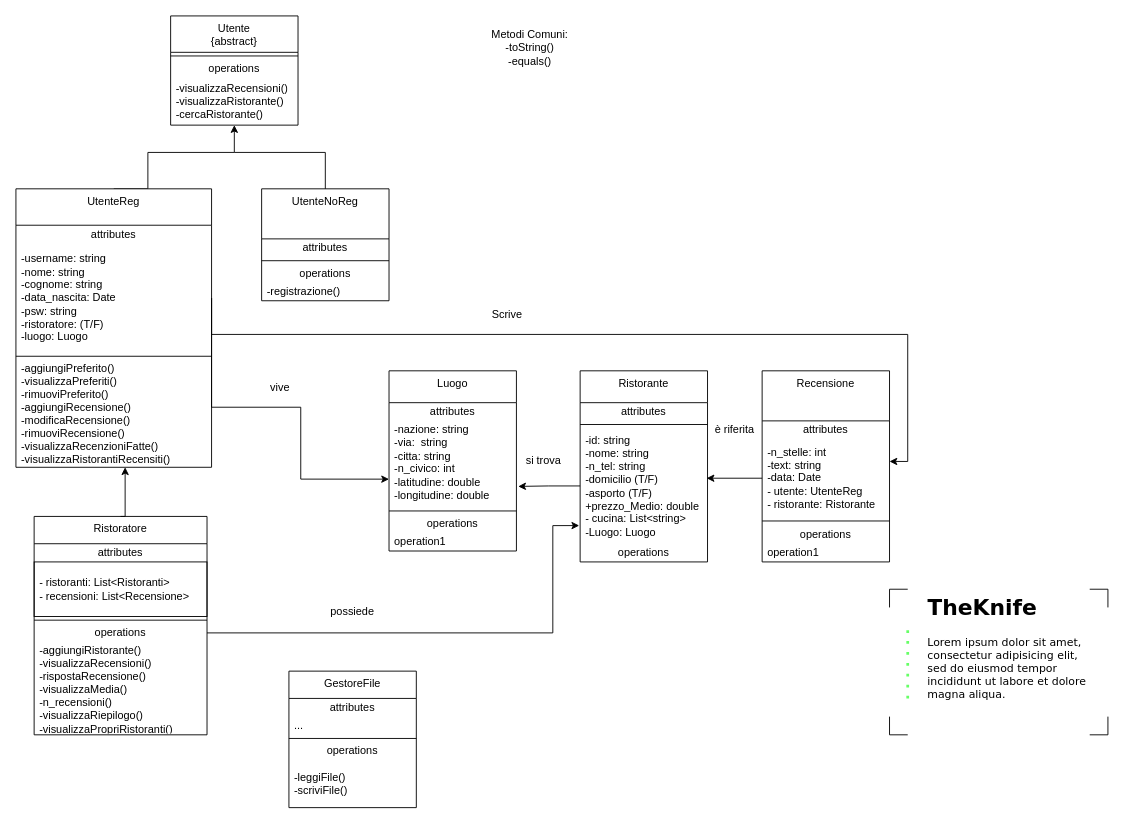
Earlier version of the draw.io diagram doc/UML.drawio (Tommaso-Ossuzio/TheKnife). Source tidied: cells renumbered, new cells numbered last; positions are measured from the earlier drawing's top-left corner, leaving out a move shared by most shapes. Both pictures are drawn from the tidied source at 91%, with x=0, y=0 at pixel (15, 15).
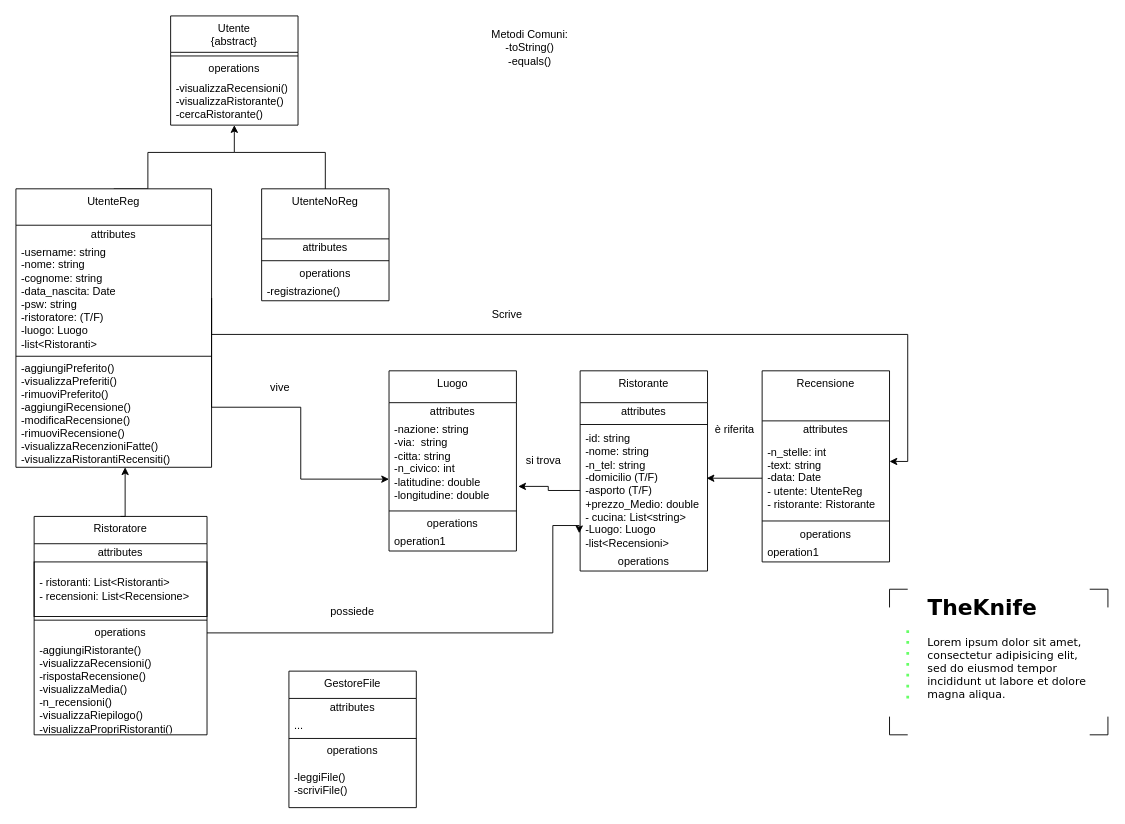
The same diagram, later.

Commit message (it also covers changes not shown here):
Creazione Luogo

The change refers to these unchanged cells:
```xml
<mxCell id="31" value="UtenteReg" style="swimlane;fontStyle=0;align=center;verticalAlign=top;horizontal=1;startSize=40;html=1;whiteSpace=wrap;" parent="1" vertex="1">
  <mxGeometry y="190" width="215" height="306" as="geometry" />
</mxCell>
```

What changed in the source:
```diff
@@
     <mxCell id="9" value="Ristorante" style="swimlane;fontStyle=0;align=center;verticalAlign=top;horizontal=1;startSize=35;html=1;whiteSpace=wrap;" parent="1" vertex="1">
-      <mxGeometry x="620" y="390" width="140" height="210" as="geometry" />
+      <mxGeometry x="620" y="390" width="140" height="220" as="geometry" />
     </mxCell>
@@
-    <mxCell id="12" value="-id: string&lt;div&gt;&lt;span style=&quot;background-color: transparent; color: light-dark(rgb(0, 0, 0), rgb(255, 255, 255));&quot;&gt;-nome: string&lt;/span&gt;&lt;div&gt;-n_tel: string&lt;/div&gt;&lt;div&gt;-domicilio (T/F)&lt;/div&gt;&lt;div&gt;&lt;span style=&quot;background-color: transparent; color: light-dark(rgb(0, 0, 0), rgb(255, 255, 255));&quot;&gt;-asporto&amp;nbsp;&lt;/span&gt;&lt;span style=&quot;background-color: transparent; color: light-dark(rgb(0, 0, 0), rgb(255, 255, 255));&quot;&gt;(T/F)&lt;/span&gt;&lt;/div&gt;&lt;div&gt;+prezzo_Medio: double&lt;/div&gt;&lt;/div&gt;&lt;div&gt;- cucina: List&amp;lt;string&amp;gt;&lt;/div&gt;&lt;div&gt;-Luogo: Luogo&lt;/div&gt;" style="text;html=1;strokeColor=none;fillColor=none;align=left;verticalAlign=middle;spacingLeft=4;spacingRight=4;overflow=hidden;points=[[0,0.5],[1,0.5]];portConstraint=eastwest;whiteSpace=wrap;" parent="9" vertex="1">
-      <mxGeometry y="63" width="140" height="127" as="geometry" />
+    <mxCell id="12" value="-id: string&lt;div&gt;&lt;span style=&quot;background-color: transparent; color: light-dark(rgb(0, 0, 0), rgb(255, 255, 255));&quot;&gt;-nome: string&lt;/span&gt;&lt;div&gt;-n_tel: string&lt;/div&gt;&lt;div&gt;-domicilio (T/F)&lt;/div&gt;&lt;div&gt;&lt;span style=&quot;background-color: transparent; color: light-dark(rgb(0, 0, 0), rgb(255, 255, 255));&quot;&gt;-asporto&amp;nbsp;&lt;/span&gt;&lt;span style=&quot;background-color: transparent; color: light-dark(rgb(0, 0, 0), rgb(255, 255, 255));&quot;&gt;(T/F)&lt;/span&gt;&lt;/div&gt;&lt;div&gt;+prezzo_Medio: double&lt;/div&gt;&lt;/div&gt;&lt;div&gt;- cucina: List&amp;lt;string&amp;gt;&lt;/div&gt;&lt;div&gt;-Luogo: Luogo&lt;/div&gt;&lt;div&gt;-list&amp;lt;Recensioni&amp;gt;&lt;/div&gt;" style="text;html=1;strokeColor=none;fillColor=none;align=left;verticalAlign=middle;spacingLeft=4;spacingRight=4;overflow=hidden;points=[[0,0.5],[1,0.5]];portConstraint=eastwest;whiteSpace=wrap;" parent="9" vertex="1">
+      <mxGeometry y="63" width="140" height="137" as="geometry" />
     </mxCell>
     <mxCell id="13" value="operations" style="text;html=1;strokeColor=none;fillColor=none;align=center;verticalAlign=middle;spacingLeft=4;spacingRight=4;overflow=hidden;whiteSpace=wrap;" parent="9" vertex="1">
-      <mxGeometry y="190" width="140" height="20" as="geometry" />
+      <mxGeometry y="200" width="140" height="20" as="geometry" />
     </mxCell>
@@
-    <mxCell id="33" value="&lt;div&gt;&lt;span style=&quot;color: light-dark(rgb(0, 0, 0), rgb(255, 255, 255)); background-color: transparent;&quot;&gt;-username: string&lt;/span&gt;&lt;/div&gt;&lt;div&gt;&lt;span style=&quot;color: light-dark(rgb(0, 0, 0), rgb(255, 255, 255)); background-color: transparent;&quot;&gt;-nome: string&lt;/span&gt;&lt;/div&gt;&lt;div style=&quot;&quot;&gt;&lt;font style=&quot;color: light-dark(rgb(0, 0, 0), rgb(255, 255, 255));&quot;&gt;-cognome: string&lt;/font&gt;&lt;/div&gt;&lt;div style=&quot;&quot;&gt;&lt;font style=&quot;color: light-dark(rgb(0, 0, 0), rgb(255, 255, 255));&quot;&gt;-data_nascita: Date&lt;/font&gt;&lt;/div&gt;&lt;div style=&quot;&quot;&gt;&lt;font style=&quot;color: light-dark(rgb(0, 0, 0), rgb(255, 255, 255));&quot;&gt;-psw: string&lt;/font&gt;&lt;/div&gt;&lt;div style=&quot;&quot;&gt;&lt;font style=&quot;color: light-dark(rgb(0, 0, 0), rgb(255, 255, 255));&quot;&gt;-ristoratore: (T/F)&lt;/font&gt;&lt;/div&gt;&lt;div style=&quot;&quot;&gt;&lt;font style=&quot;&quot;&gt;-luogo: Luogo&lt;font color=&quot;#7f7f7f&quot;&gt;&amp;nbsp;&lt;/font&gt;&lt;/font&gt;&lt;/div&gt;" style="text;html=1;strokeColor=none;fillColor=none;align=left;verticalAlign=middle;spacingLeft=4;spacingRight=4;overflow=hidden;points=[[0,0.5],[1,0.5]];portConstraint=eastwest;whiteSpace=wrap;" parent="31" vertex="1">
+    <mxCell id="33" value="&lt;div&gt;&lt;span style=&quot;color: light-dark(rgb(0, 0, 0), rgb(255, 255, 255)); background-color: transparent;&quot;&gt;-username: string&lt;/span&gt;&lt;/div&gt;&lt;div&gt;&lt;span style=&quot;color: light-dark(rgb(0, 0, 0), rgb(255, 255, 255)); background-color: transparent;&quot;&gt;-nome: string&lt;/span&gt;&lt;/div&gt;&lt;div style=&quot;&quot;&gt;&lt;font style=&quot;color: light-dark(rgb(0, 0, 0), rgb(255, 255, 255));&quot;&gt;-cognome: string&lt;/font&gt;&lt;/div&gt;&lt;div style=&quot;&quot;&gt;&lt;font style=&quot;color: light-dark(rgb(0, 0, 0), rgb(255, 255, 255));&quot;&gt;-data_nascita: Date&lt;/font&gt;&lt;/div&gt;&lt;div style=&quot;&quot;&gt;&lt;font style=&quot;color: light-dark(rgb(0, 0, 0), rgb(255, 255, 255));&quot;&gt;-psw: string&lt;/font&gt;&lt;/div&gt;&lt;div style=&quot;&quot;&gt;&lt;font style=&quot;color: light-dark(rgb(0, 0, 0), rgb(255, 255, 255));&quot;&gt;-ristoratore: (T/F)&lt;/font&gt;&lt;/div&gt;&lt;div style=&quot;&quot;&gt;&lt;font style=&quot;&quot;&gt;-luogo: Luogo&amp;nbsp;&lt;/font&gt;&lt;/div&gt;&lt;div style=&quot;&quot;&gt;&lt;font style=&quot;&quot;&gt;-list&amp;lt;Ristoranti&amp;gt;&lt;/font&gt;&lt;/div&gt;" style="text;html=1;strokeColor=none;fillColor=none;align=left;verticalAlign=middle;spacingLeft=4;spacingRight=4;overflow=hidden;points=[[0,0.5],[1,0.5]];portConstraint=eastwest;whiteSpace=wrap;" parent="31" vertex="1">
       <mxGeometry y="60" width="215" height="120" as="geometry" />
     </mxCell>
```
